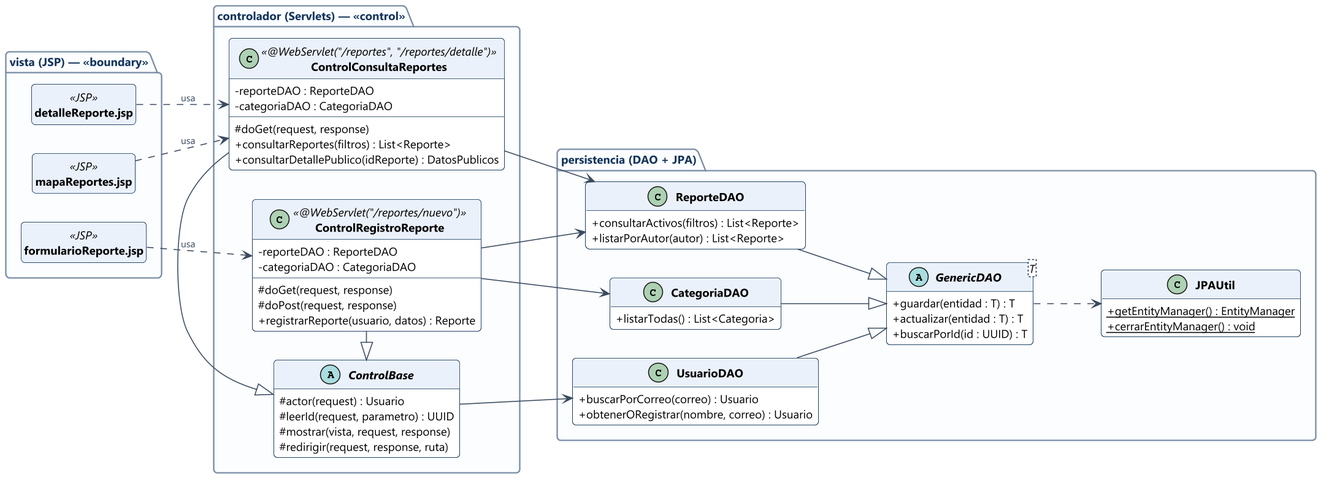
Earlier version of the PlantUML export docs/modelos/img/clases-capas-inc1.png (JoelAlexanderProg/GR05_1BT3_622_26B).
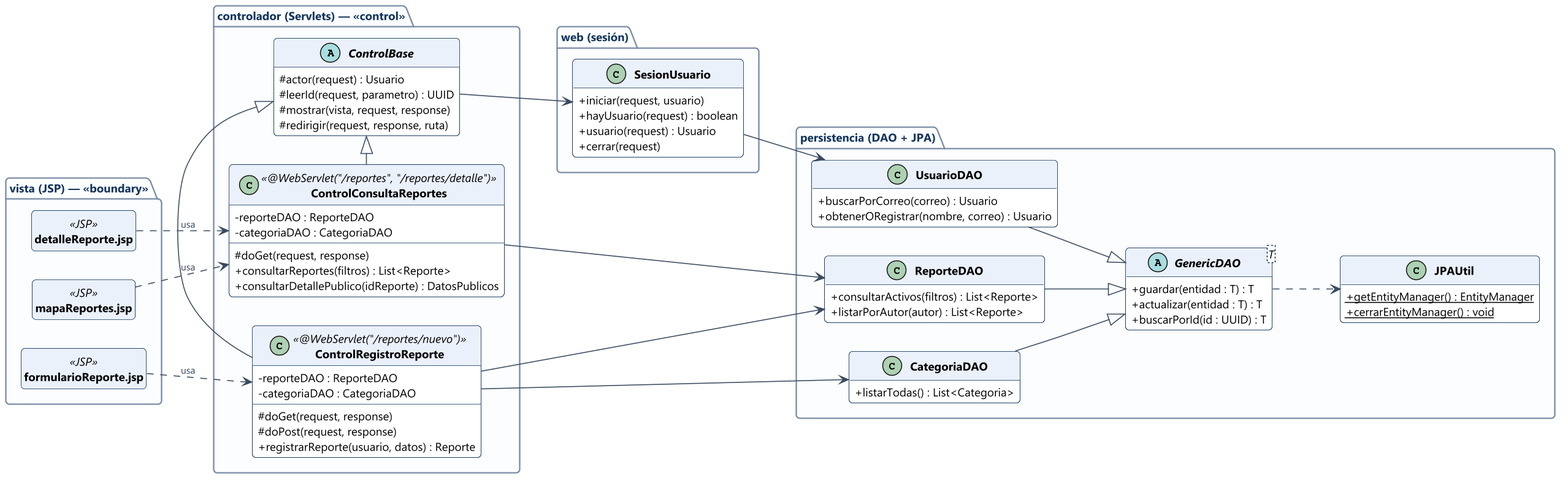
The same file after the commit.

Commit message:
Actualiza el diagrama de clases y el README con las refactorizaciones de la Práctica 1

Diff of the diagram source:
```diff
@@ -35,6 +35,15 @@
   }
 }
 
+package "web (sesión)" {
+  class SesionUsuario {
+    + iniciar(request, usuario)
+    + hayUsuario(request) : boolean
+    + usuario(request) : Usuario
+    + cerrar(request)
+  }
+}
+
 package "persistencia (DAO + JPA)" {
   abstract class "GenericDAO<T>" as GenericDAO {
     + guardar(entidad : T) : T
@@ -68,7 +77,8 @@
 ControlRegistroReporte --> ReporteDAO
 ControlRegistroReporte --> CategoriaDAO
 ControlConsultaReportes --> ReporteDAO
-ControlBase --> UsuarioDAO
+ControlBase --> SesionUsuario
+SesionUsuario --> UsuarioDAO
 
 ReporteDAO --|> GenericDAO
 CategoriaDAO --|> GenericDAO
```
